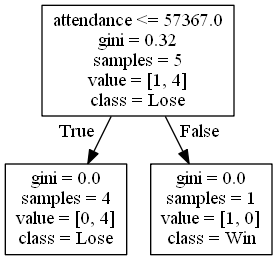
alexana-steck/CSE482Project keeps this Graphviz diagram as DecisionTrees/Pac-12decision_tree_with_score1.png. Above is the earlier version. Its source is kept beside it as DecisionTrees/Pac-12decision_tree_with_score1.dot.
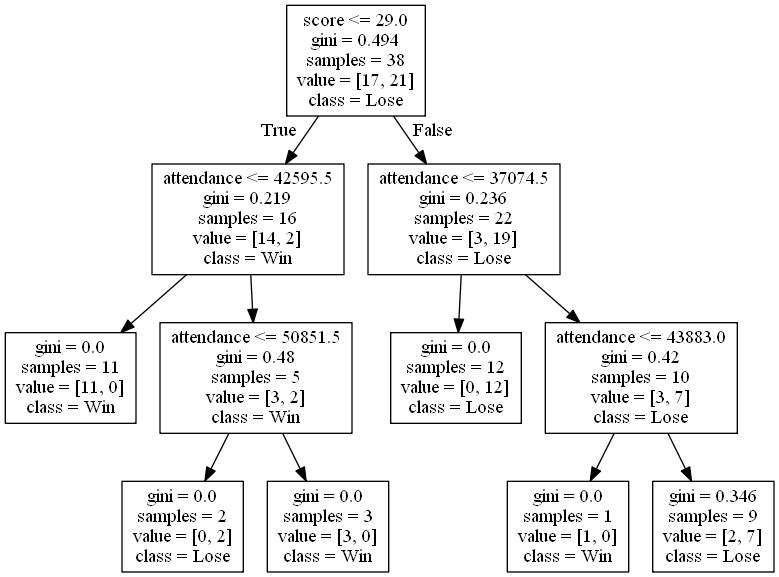
The same diagram one commit later.

What changed in the source:
```diff
@@ -1,8 +1,24 @@
 digraph Tree {
 node [shape=box] ;
-0 [label="attendance <= 57367.0\ngini = 0.32\nsamples = 5\nvalue = [1, 4]\nclass = Lose"] ;
-1 [label="gini = 0.0\nsamples = 4\nvalue = [0, 4]\nclass = Lose"] ;
+0 [label="score <= 29.0\ngini = 0.494\nsamples = 38\nvalue = [17, 21]\nclass = Lose"] ;
+1 [label="attendance <= 42595.5\ngini = 0.219\nsamples = 16\nvalue = [14, 2]\nclass = Win"] ;
 0 -> 1 [labeldistance=2.5, labelangle=45, headlabel="True"] ;
-2 [label="gini = 0.0\nsamples = 1\nvalue = [1, 0]\nclass = Win"] ;
-0 -> 2 [labeldistance=2.5, labelangle=-45, headlabel="False"] ;
+2 [label="gini = 0.0\nsamples = 11\nvalue = [11, 0]\nclass = Win"] ;
+1 -> 2 ;
+3 [label="attendance <= 50851.5\ngini = 0.48\nsamples = 5\nvalue = [3, 2]\nclass = Win"] ;
+1 -> 3 ;
+4 [label="gini = 0.0\nsamples = 2\nvalue = [0, 2]\nclass = Lose"] ;
+3 -> 4 ;
+5 [label="gini = 0.0\nsamples = 3\nvalue = [3, 0]\nclass = Win"] ;
+3 -> 5 ;
+6 [label="attendance <= 37074.5\ngini = 0.236\nsamples = 22\nvalue = [3, 19]\nclass = Lose"] ;
+0 -> 6 [labeldistance=2.5, labelangle=-45, headlabel="False"] ;
+7 [label="gini = 0.0\nsamples = 12\nvalue = [0, 12]\nclass = Lose"] ;
+6 -> 7 ;
+8 [label="attendance <= 43883.0\ngini = 0.42\nsamples = 10\nvalue = [3, 7]\nclass = Lose"] ;
+6 -> 8 ;
+9 [label="gini = 0.0\nsamples = 1\nvalue = [1, 0]\nclass = Win"] ;
+8 -> 9 ;
+10 [label="gini = 0.346\nsamples = 9\nvalue = [2, 7]\nclass = Lose"] ;
+8 -> 10 ;
 }
```
